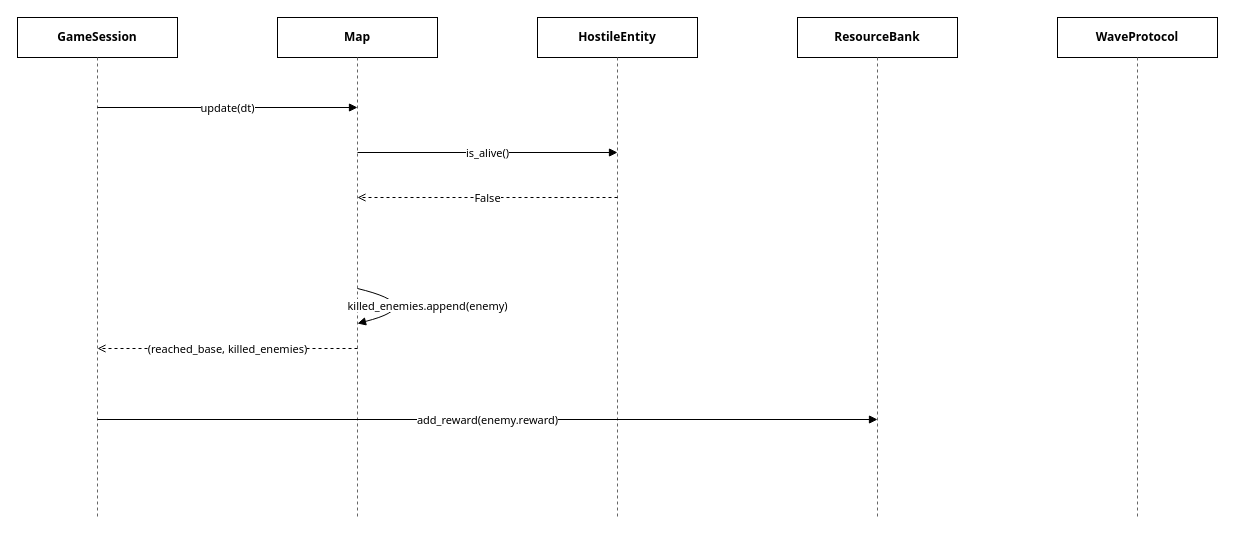
The draw.io diagram page "4. Уничтожение противника" (4 of 7) of docs/diagrams/Sequence_diagrams.drawio in Icy-beep/TowerDefense, before the edit. Source tidied: cells renumbered, new cells numbered last; positions are measured from the earlier drawing's top-left corner, leaving out a move shared by most shapes. Both pictures are drawn from the tidied source at 100%, with x=0, y=0 at pixel (17, 17).
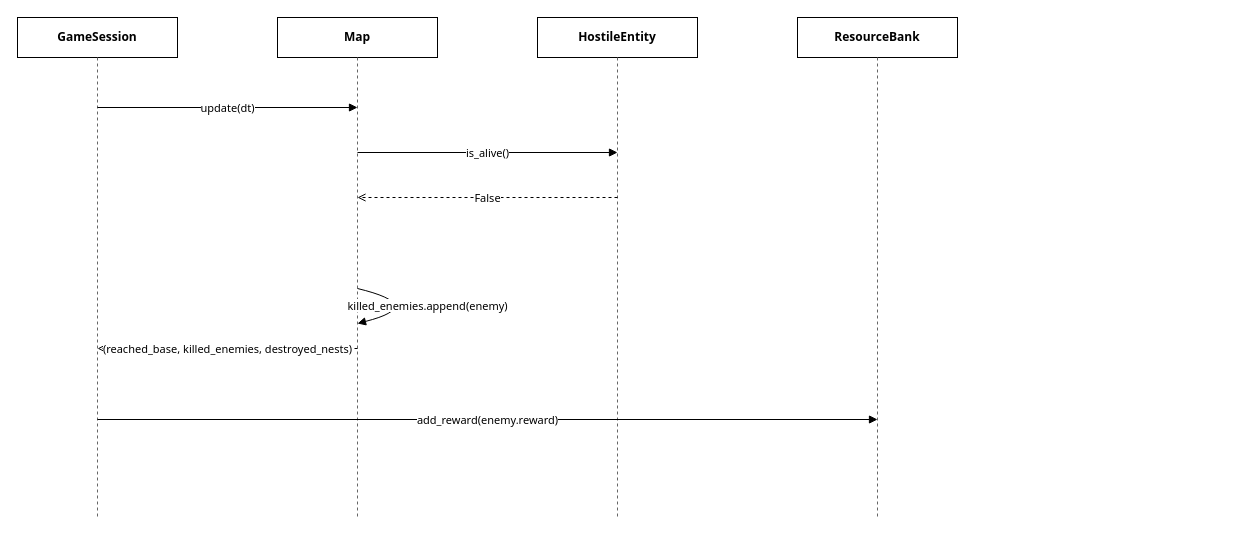
The same diagram, later.

What changed in the source:
```diff
@@
-    <mxCell id="10" value="WaveProtocol" style="rounded=0;whiteSpace=wrap;html=1;fontStyle=1;fontFamily=Tahoma;fontSize=12;labelBackgroundColor=none;" parent="1" vertex="1">
-      <mxGeometry x="1040" width="160" height="40" as="geometry" />
-    </mxCell>
-    <mxCell id="11" style="endArrow=none;dashed=1;html=1;strokeColor=#666666;rounded=0;" parent="1" edge="1">
-      <mxGeometry relative="1" as="geometry">
-        <mxPoint x="1120" y="40" as="sourcePoint" />
-        <mxPoint x="1120" y="500" as="targetPoint" />
-      </mxGeometry>
-    </mxCell>
@@
-    <mxCell id="16" value="(reached_base, killed_enemies)" style="endArrow=open;endFill=0;dashed=1;html=1;fontFamily=Tahoma;fontSize=11;labelBackgroundColor=default;rounded=0;" parent="1" edge="1">
+    <mxCell id="16" value="(reached_base, killed_enemies, destroyed_nests)" style="endArrow=open;endFill=0;dashed=1;html=1;fontFamily=Tahoma;fontSize=11;labelBackgroundColor=default;rounded=0;" parent="1" edge="1">
       <mxGeometry relative="1" as="geometry">
         <mxPoint x="340" y="331" as="sourcePoint" />
         <mxPoint x="80" y="331" as="targetPoint" />
       </mxGeometry>
     </mxCell>
```
